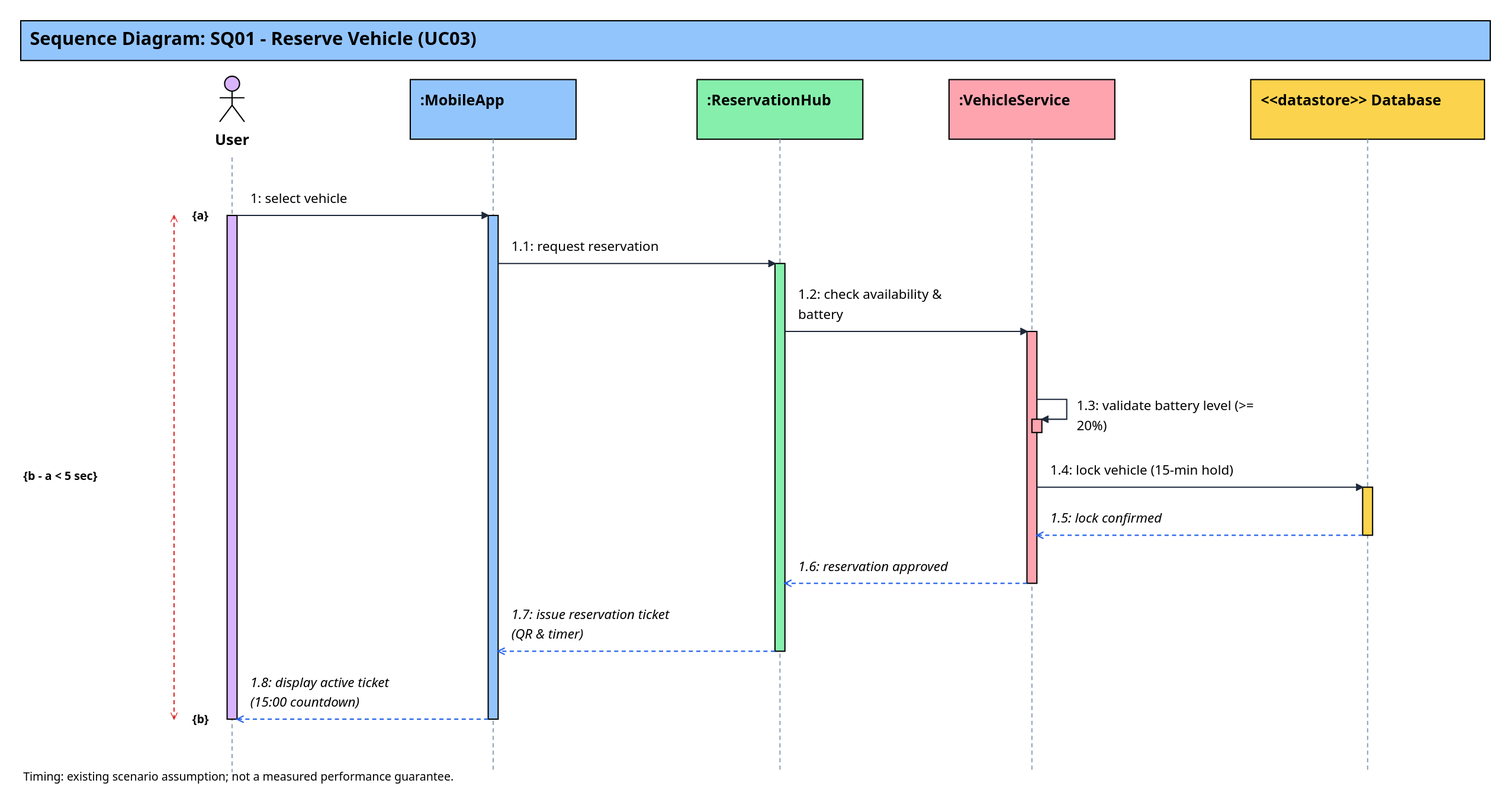
YdtTran/software-engineerning keeps this draw.io diagram as 01_Diagram/02_Sequence_Diagram/SQ01-Reserve_Vehicle.drawio.svg. Above is the earlier version. Source tidied: cells renumbered, new cells last; positions are measured from the earlier drawing's top-left corner, leaving out a move shared by most shapes.
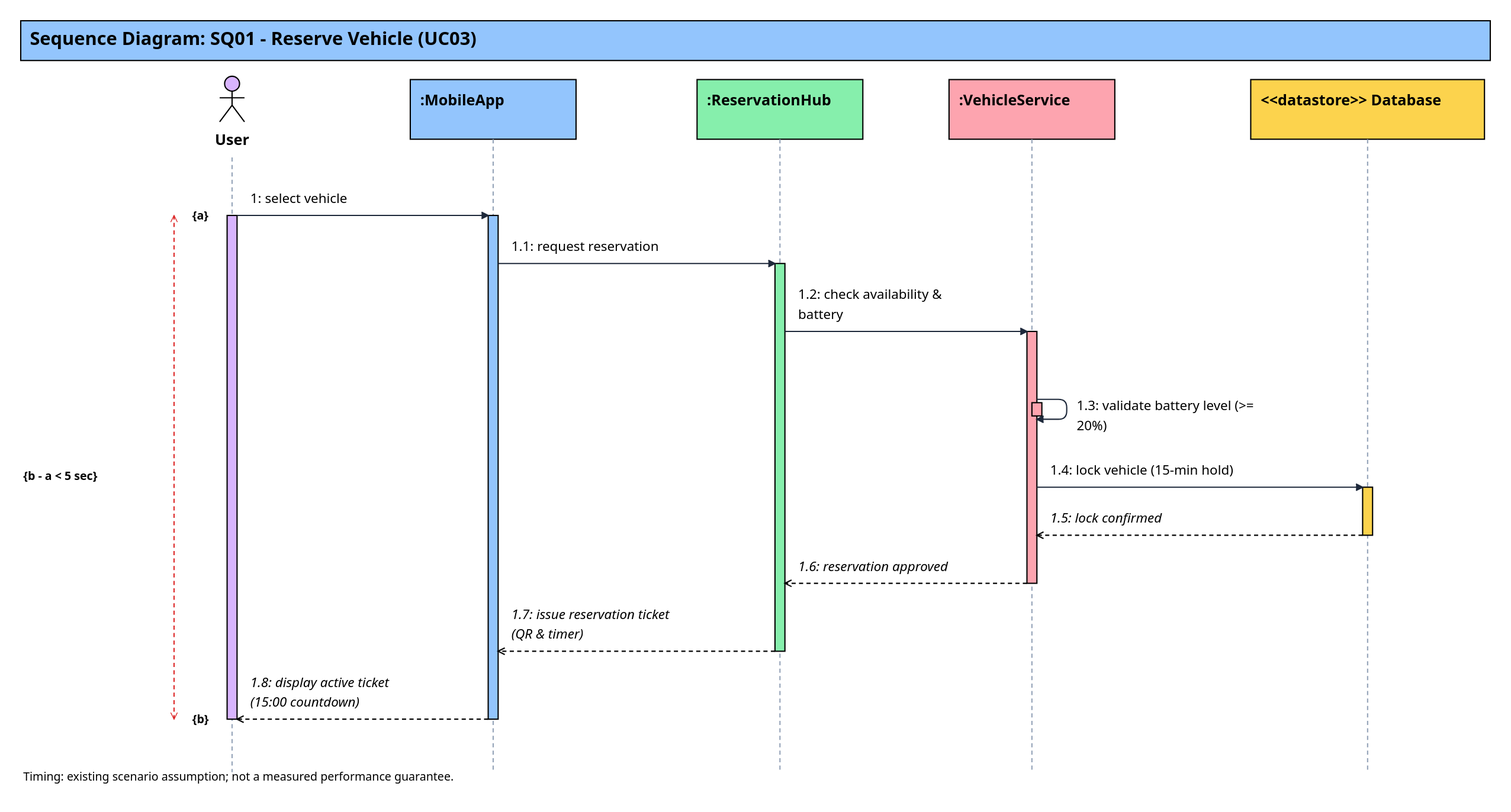
Later version of the same file.

What changed in the source:
```diff
@@ -114,12 +114,12 @@
       <mxGeometry x="938" y="319" width="260" height="48" as="geometry" />
     </mxCell>
     <mxCell id="31" style="html=0;fontFamily=Segoe UI;fontSize=16;fillColor=#fda4af;strokeColor=#000000;whiteSpace=wrap;" parent="1" vertex="1">
-      <mxGeometry x="1220" y="481" width="12" height="16" as="geometry" />
+      <mxGeometry x="1220" y="461" width="12" height="16" as="geometry" />
     </mxCell>
-    <mxCell id="32" style="html=0;noEdgeStyle=1;rounded=0;strokeColor=#1e293b;strokeWidth=1.5;endArrow=block;endFill=1;dashed=0;" parent="1" edge="1">
+    <mxCell id="32" style="html=0;noEdgeStyle=1;rounded=1;arcSize=20;strokeColor=#1e293b;strokeWidth=1.5;endArrow=block;endFill=1;dashed=0;" parent="1" edge="1">
       <mxGeometry relative="1" as="geometry">
         <mxPoint x="1226" y="457" as="sourcePoint" />
-        <mxPoint x="1232" y="481" as="targetPoint" />
+        <mxPoint x="1226" y="481" as="targetPoint" />
         <Array as="points">
           <mxPoint x="1262" y="457" />
           <mxPoint x="1262" y="481" />
@@ -138,7 +138,7 @@
     <mxCell id="35" value="1.4: lock vehicle (15-min hold)" style="html=0;fontFamily=Segoe UI;fontSize=16;fillColor=none;strokeColor=none;whiteSpace=wrap;text;align=left;verticalAlign=top;spacing=0;fontColor=#000000;fontSize=16;fontStyle=0;" parent="1" vertex="1">
       <mxGeometry x="1242" y="531" width="361" height="24" as="geometry" />
     </mxCell>
-    <mxCell id="36" style="html=0;noEdgeStyle=1;rounded=0;strokeColor=#2563eb;strokeWidth=1.5;endArrow=open;endFill=0;dashed=1;" parent="1" edge="1">
+    <mxCell id="36" style="html=0;noEdgeStyle=1;rounded=0;strokeColor=#000000;strokeWidth=1.5;endArrow=open;endFill=0;dashed=1;" parent="1" edge="1">
       <mxGeometry relative="1" as="geometry">
         <mxPoint x="1619" y="621" as="sourcePoint" />
         <mxPoint x="1226" y="621" as="targetPoint" />
@@ -147,7 +147,7 @@
     <mxCell id="37" value="1.5: lock confirmed" style="html=0;fontFamily=Segoe UI;fontSize=16;fillColor=none;strokeColor=none;whiteSpace=wrap;text;align=left;verticalAlign=top;spacing=0;fontColor=#000000;fontSize=16;fontStyle=2;" parent="1" vertex="1">
       <mxGeometry x="1242" y="589" width="361" height="24" as="geometry" />
     </mxCell>
-    <mxCell id="38" style="html=0;noEdgeStyle=1;rounded=0;strokeColor=#2563eb;strokeWidth=1.5;endArrow=open;endFill=0;dashed=1;" parent="1" edge="1">
+    <mxCell id="38" style="html=0;noEdgeStyle=1;rounded=0;strokeColor=#000000;strokeWidth=1.5;endArrow=open;endFill=0;dashed=1;" parent="1" edge="1">
       <mxGeometry relative="1" as="geometry">
         <mxPoint x="1214" y="679" as="sourcePoint" />
         <mxPoint x="922" y="679" as="targetPoint" />
@@ -156,7 +156,7 @@
     <mxCell id="39" value="1.6: reservation approved" style="html=0;fontFamily=Segoe UI;fontSize=16;fillColor=none;strokeColor=none;whiteSpace=wrap;text;align=left;verticalAlign=top;spacing=0;fontColor=#000000;fontSize=16;fontStyle=2;" parent="1" vertex="1">
       <mxGeometry x="938" y="647" width="260" height="24" as="geometry" />
     </mxCell>
-    <mxCell id="40" style="html=0;noEdgeStyle=1;rounded=0;strokeColor=#2563eb;strokeWidth=1.5;endArrow=open;endFill=0;dashed=1;" parent="1" edge="1">
+    <mxCell id="40" style="html=0;noEdgeStyle=1;rounded=0;strokeColor=#000000;strokeWidth=1.5;endArrow=open;endFill=0;dashed=1;" parent="1" edge="1">
       <mxGeometry relative="1" as="geometry">
         <mxPoint x="910" y="761" as="sourcePoint" />
         <mxPoint x="576" y="761" as="targetPoint" />
@@ -165,7 +165,7 @@
     <mxCell id="41" value="1.7: issue reservation ticket&#10;(QR &amp; timer)" style="html=0;fontFamily=Segoe UI;fontSize=16;fillColor=none;strokeColor=none;whiteSpace=wrap;text;align=left;verticalAlign=top;spacing=0;fontColor=#000000;fontSize=16;fontStyle=2;" parent="1" vertex="1">
       <mxGeometry x="592" y="705" width="302" height="48" as="geometry" />
     </mxCell>
-    <mxCell id="42" style="html=0;noEdgeStyle=1;rounded=0;strokeColor=#2563eb;strokeWidth=1.5;endArrow=open;endFill=0;dashed=1;" parent="1" edge="1">
+    <mxCell id="42" style="html=0;noEdgeStyle=1;rounded=0;strokeColor=#000000;strokeWidth=1.5;endArrow=open;endFill=0;dashed=1;" parent="1" edge="1">
       <mxGeometry relative="1" as="geometry">
         <mxPoint x="564" y="843" as="sourcePoint" />
         <mxPoint x="261" y="843" as="targetPoint" />
```
